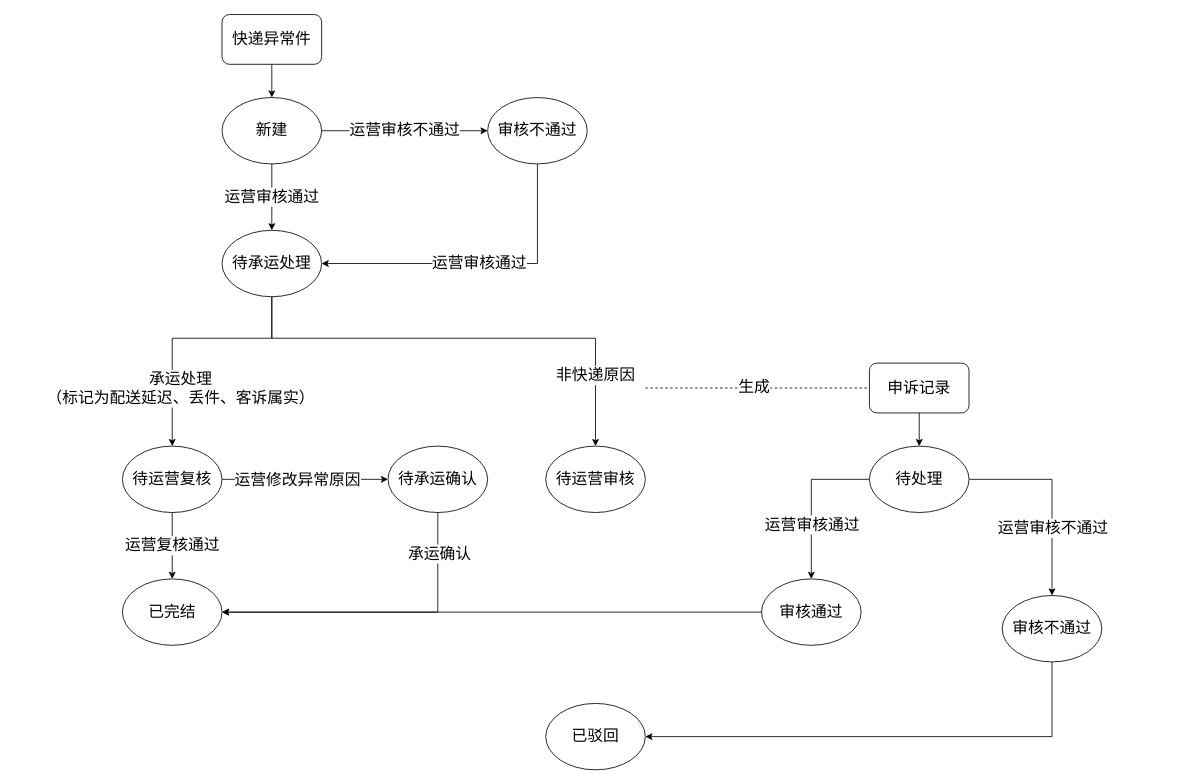
Above: diagrams/快递异常件处理进度状态机.drawio in libo9527/static (draw.io), before the change. Source tidied: cells renumbered, new cells numbered last; positions are measured from the earlier drawing's top-left corner, leaving out a move shared by most shapes. Both pictures are drawn from the tidied source at 83%, with x=0, y=0 at pixel (122, 14).
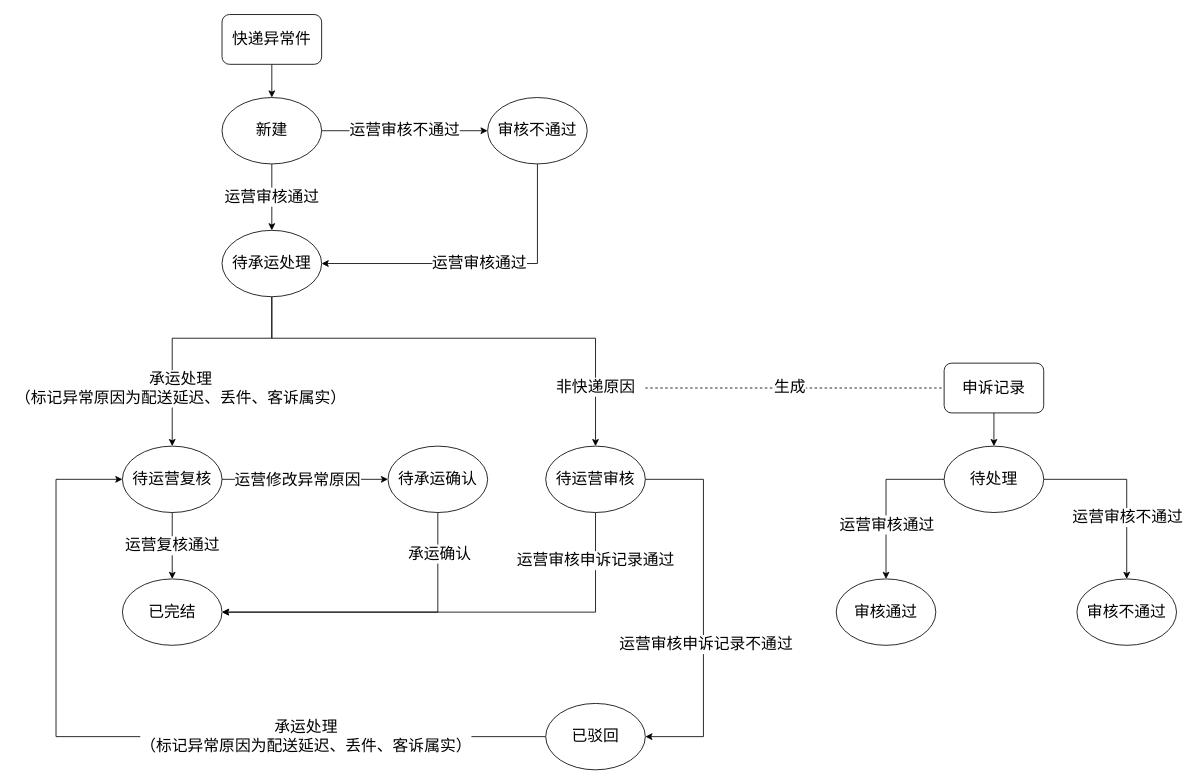
The same page after the edit.

Commit message:
Update 快递异常件处理进度状态机.drawio

Unchanged cells that the change refers to:
```xml
<mxCell id="5" style="edgeStyle=orthogonalEdgeStyle;rounded=0;jettySize=auto;html=1;fontSize=19;exitX=0.5;exitY=1;exitDx=0;exitDy=0;entryX=0.5;entryY=0;entryDx=0;entryDy=0;" parent="1" edge="1" source="8" target="12">
  <mxGeometry relative="1" as="geometry">
    <Array as="points">
      <mxPoint x="180" y="390" />
      <mxPoint x="60" y="390" />
    </Array>
  </mxGeometry>
</mxCell>
<mxCell id="8" value="&lt;font style=&quot;font-size: 19px&quot;&gt;待承运处理&lt;/font&gt;" style="ellipse;whiteSpace=wrap;html=1;" parent="1" vertex="1">
  <mxGeometry x="120" y="260" width="120" height="80" as="geometry" />
</mxCell>
<mxCell id="12" value="&lt;font style=&quot;font-size: 19px&quot;&gt;待运营复核&lt;/font&gt;" style="ellipse;whiteSpace=wrap;html=1;" parent="1" vertex="1">
  <mxGeometry y="520" width="120" height="80" as="geometry" />
</mxCell>
<mxCell id="13" value="&lt;span style=&quot;font-size: 19px&quot;&gt;已完结&lt;/span&gt;" style="ellipse;whiteSpace=wrap;html=1;" parent="1" vertex="1">
  <mxGeometry y="680" width="120" height="80" as="geometry" />
</mxCell>
<mxCell id="16" value="&lt;font style=&quot;font-size: 19px&quot;&gt;待运营审核&lt;/font&gt;" style="ellipse;whiteSpace=wrap;html=1;" parent="1" vertex="1">
  <mxGeometry x="510" y="520" width="120" height="80" as="geometry" />
</mxCell>
<mxCell id="32" value="已驳回" style="ellipse;whiteSpace=wrap;html=1;fontSize=19;" parent="1" vertex="1">
  <mxGeometry x="510" y="830" width="120" height="80" as="geometry" />
</mxCell>
```

Change to the diagram source:
```diff
@@
-    <mxCell id="6" value="承运处理&lt;br&gt;（标记为配送延迟、丢件、客诉属实）" style="edgeLabel;html=1;align=center;verticalAlign=middle;fontSize=19;" parent="5" vertex="1">
+    <mxCell id="6" value="承运处理&lt;br&gt;（标记异常原因为配送延迟、丢件、客诉属实）" style="edgeLabel;html=1;align=center;verticalAlign=middle;fontSize=19;" parent="5" vertex="1">
       <mxGeometry x="-0.12" y="1" relative="1" as="geometry">
         <mxPoint x="-29" y="59" as="offset" />
       </mxGeometry>
     </mxCell>
     <mxCell id="7" value="非快递原因" style="edgeStyle=orthogonalEdgeStyle;rounded=0;jettySize=auto;html=1;fontSize=19;exitX=0.5;exitY=1;exitDx=0;exitDy=0;" parent="1" edge="1" source="8" target="16">
-      <mxGeometry x="0.7" relative="1" as="geometry">
+      <mxGeometry x="0.75" relative="1" as="geometry">
         <Array as="points">
           <mxPoint x="180" y="390" />
           <mxPoint x="570" y="390" />
         </Array>
       </mxGeometry>
     </mxCell>
@@
+    <mxCell id="36" style="edgeStyle=orthogonalEdgeStyle;rounded=0;jettySize=auto;html=1;entryX=1;entryY=0.5;entryDx=0;entryDy=0;fontSize=19;" parent="1" edge="1" source="16" target="13">
+      <mxGeometry relative="1" as="geometry">
+        <Array as="points">
+          <mxPoint x="570" y="720" />
+        </Array>
+      </mxGeometry>
+    </mxCell>
+    <mxCell id="37" value="运营审核申诉记录通过" style="edgeLabel;html=1;align=center;verticalAlign=middle;fontSize=19;" parent="36" vertex="1">
+      <mxGeometry x="-0.8" y="-1" relative="1" as="geometry" />
+    </mxCell>
+    <mxCell id="38" style="edgeStyle=orthogonalEdgeStyle;rounded=0;jettySize=auto;html=1;entryX=1;entryY=0.5;entryDx=0;entryDy=0;fontSize=19;" parent="1" edge="1" source="16" target="32">
+      <mxGeometry relative="1" as="geometry">
+        <Array as="points">
+          <mxPoint x="700" y="560" />
+          <mxPoint x="700" y="870" />
+        </Array>
+      </mxGeometry>
+    </mxCell>
+    <mxCell id="39" value="运营审核申诉记录不通过" style="edgeLabel;html=1;align=center;verticalAlign=middle;fontSize=19;" parent="38" vertex="1">
+      <mxGeometry x="0.19" y="2" relative="1" as="geometry" />
+    </mxCell>
@@
     <mxCell id="21" value="待处理" style="ellipse;whiteSpace=wrap;html=1;fontSize=19;" parent="1" vertex="1">
-      <mxGeometry x="900" y="520" width="120" height="80" as="geometry" />
+      <mxGeometry x="990" y="520" width="120" height="80" as="geometry" />
     </mxCell>
@@
     <mxCell id="23" value="申诉记录" style="rounded=1;whiteSpace=wrap;html=1;fontSize=19;" parent="1" vertex="1">
-      <mxGeometry x="900" y="420" width="120" height="60" as="geometry" />
+      <mxGeometry x="990" y="420" width="120" height="60" as="geometry" />
     </mxCell>
@@
-    <mxCell id="28" style="edgeStyle=orthogonalEdgeStyle;rounded=0;jettySize=auto;html=1;fontSize=19;" parent="1" edge="1" source="29" target="13">
-      <mxGeometry relative="1" as="geometry" />
-    </mxCell>
     <mxCell id="29" value="审核通过" style="ellipse;whiteSpace=wrap;html=1;fontSize=19;" parent="1" vertex="1">
-      <mxGeometry x="770" y="680" width="120" height="80" as="geometry" />
+      <mxGeometry x="860" y="680" width="120" height="80" as="geometry" />
     </mxCell>
-    <mxCell id="30" style="edgeStyle=orthogonalEdgeStyle;rounded=0;jettySize=auto;html=1;fontSize=19;" parent="1" edge="1" source="31" target="32">
-      <mxGeometry relative="1" as="geometry">
-        <Array as="points">
-          <mxPoint x="1120" y="870" />
-        </Array>
-      </mxGeometry>
-    </mxCell>
     <mxCell id="31" value="审核不通过" style="ellipse;whiteSpace=wrap;html=1;fontSize=19;" parent="1" vertex="1">
-      <mxGeometry x="1060" y="700" width="120" height="80" as="geometry" />
+      <mxGeometry x="1150" y="680" width="120" height="80" as="geometry" />
     </mxCell>
+    <mxCell id="40" value="承运处理&lt;br&gt;（标记异常原因为配送延迟、丢件、客诉属实）" style="edgeStyle=orthogonalEdgeStyle;rounded=0;jettySize=auto;html=1;exitX=0;exitY=0.5;exitDx=0;exitDy=0;entryX=0;entryY=0.5;entryDx=0;entryDy=0;fontSize=19;" parent="1" edge="1" source="32" target="12">
+      <mxGeometry x="-0.41" relative="1" as="geometry">
+        <Array as="points">
+          <mxPoint x="-80" y="870" />
+          <mxPoint x="-80" y="560" />
+        </Array>
+      </mxGeometry>
+    </mxCell>
```
